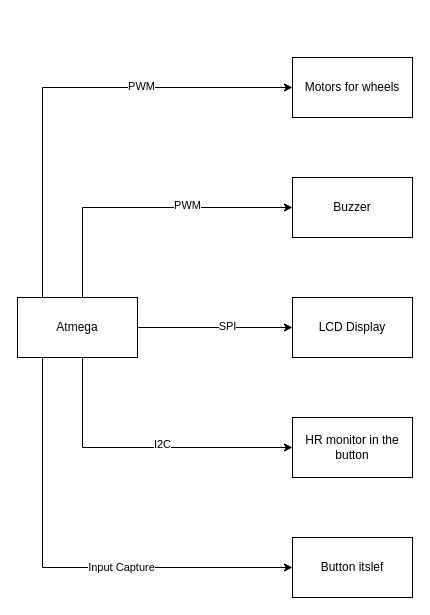
This is System_block_diagram.drawio from upenn-embedded/final-project-s25-t-t-slots-sense-the-win, a draw.io file, before an edit. Source tidied: cells renumbered, new cells numbered last; positions are measured from the earlier drawing's top-left corner, leaving out a move shared by most shapes. Both pictures are drawn from the tidied source at 100%, with x=0, y=0 at pixel (17, 57).
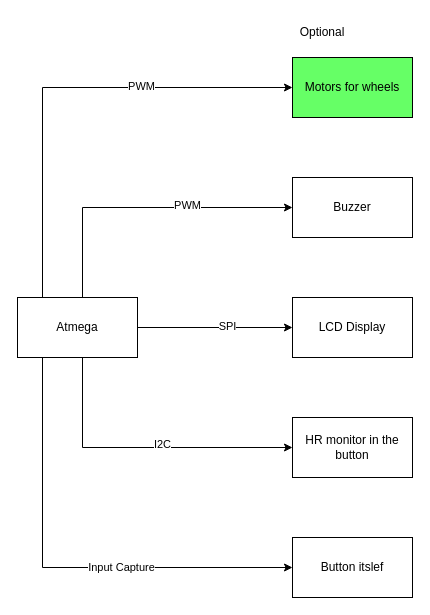
After the change.

Unchanged cells that the change refers to:
```xml
<mxCell id="10" value="Atmega" style="rounded=0;whiteSpace=wrap;html=1;" parent="1" vertex="1">
  <mxGeometry y="240" width="120" height="60" as="geometry" />
</mxCell>
```

What changed in the source:
```diff
@@
-    <mxCell id="8" style="edgeStyle=orthogonalEdgeStyle;rounded=0;jettySize=auto;html=1;entryX=0;entryY=0.5;entryDx=0;entryDy=0;" parent="1" edge="1" source="10" target="17">
+    <mxCell id="8" style="edgeStyle=orthogonalEdgeStyle;rounded=0;jettySize=auto;html=1;entryX=0;entryY=0.5;entryDx=0;entryDy=0;fillColor=#66FF66;strokeColor=light-dark(#000000,#FFFFFF);" parent="1" edge="1" source="10" target="17">
       <mxGeometry relative="1" as="geometry">
         <Array as="points">
           <mxPoint x="25" y="30" />
         </Array>
       </mxGeometry>
     </mxCell>
-    <mxCell id="9" value="PWM" style="edgeLabel;html=1;align=center;verticalAlign=middle;" parent="8" vertex="1">
+    <mxCell id="9" value="PWM" style="edgeLabel;html=1;align=center;verticalAlign=middle;fillColor=#66FF66;" parent="8" vertex="1">
       <mxGeometry x="0.34" y="2" relative="1" as="geometry" />
     </mxCell>
@@
-    <mxCell id="17" value="Motors for wheels" style="rounded=0;whiteSpace=wrap;html=1;" parent="1" vertex="1">
+    <mxCell id="17" value="Motors for wheels" style="rounded=0;whiteSpace=wrap;html=1;fillColor=#66FF66;" parent="1" vertex="1">
       <mxGeometry x="275" width="120" height="60" as="geometry" />
     </mxCell>
+    <mxCell id="18" value="Optional" style="text;html=1;align=center;verticalAlign=middle;whiteSpace=wrap;rounded=0;" parent="1" vertex="1">
+      <mxGeometry x="275" y="-40" width="60" height="30" as="geometry" />
+    </mxCell>
```
